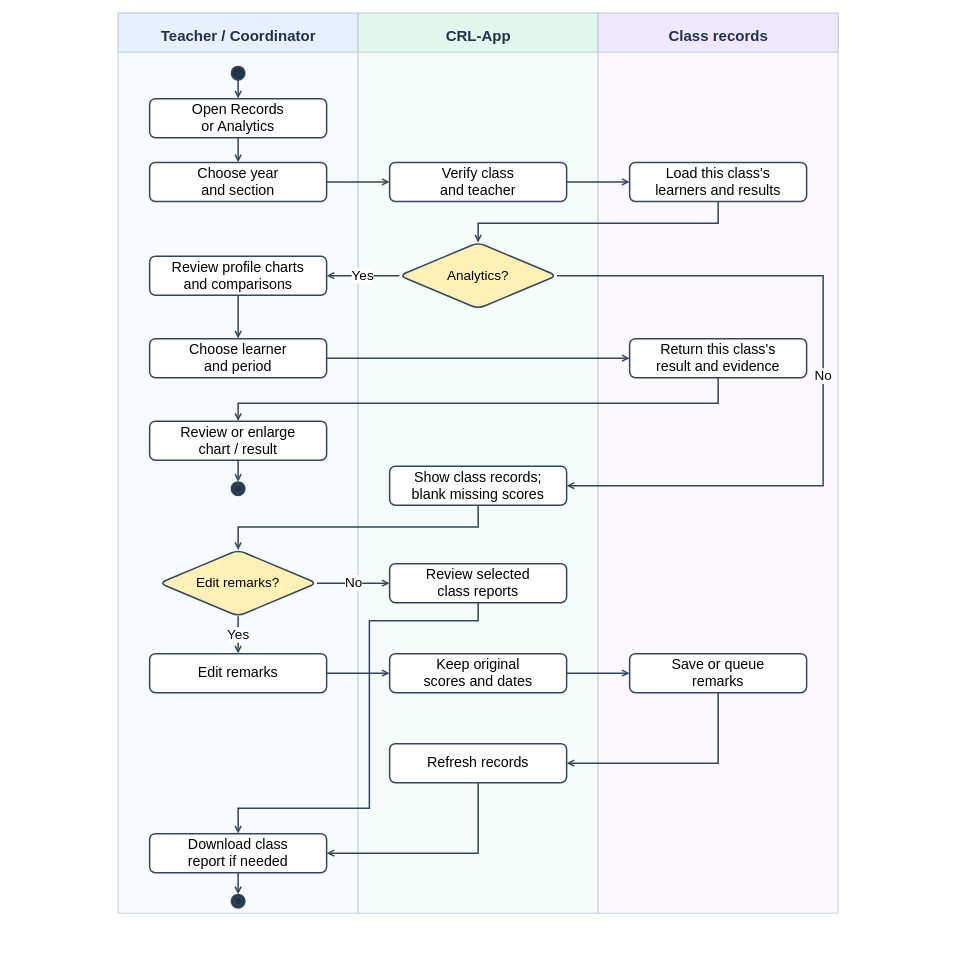
AkuSayangKamuJudaSayang/crl-app keeps this draw.io diagram as docs/diagrams/class-workspaces/figure-16-records-reports.drawio. Above is the earlier version. Source tidied: cells renumbered, new cells numbered last; positions are measured from the earlier drawing's top-left corner, leaving out a move shared by most shapes. Both pictures are drawn from the tidied source at 75%, with x=0, y=0 at pixel (13, 13).
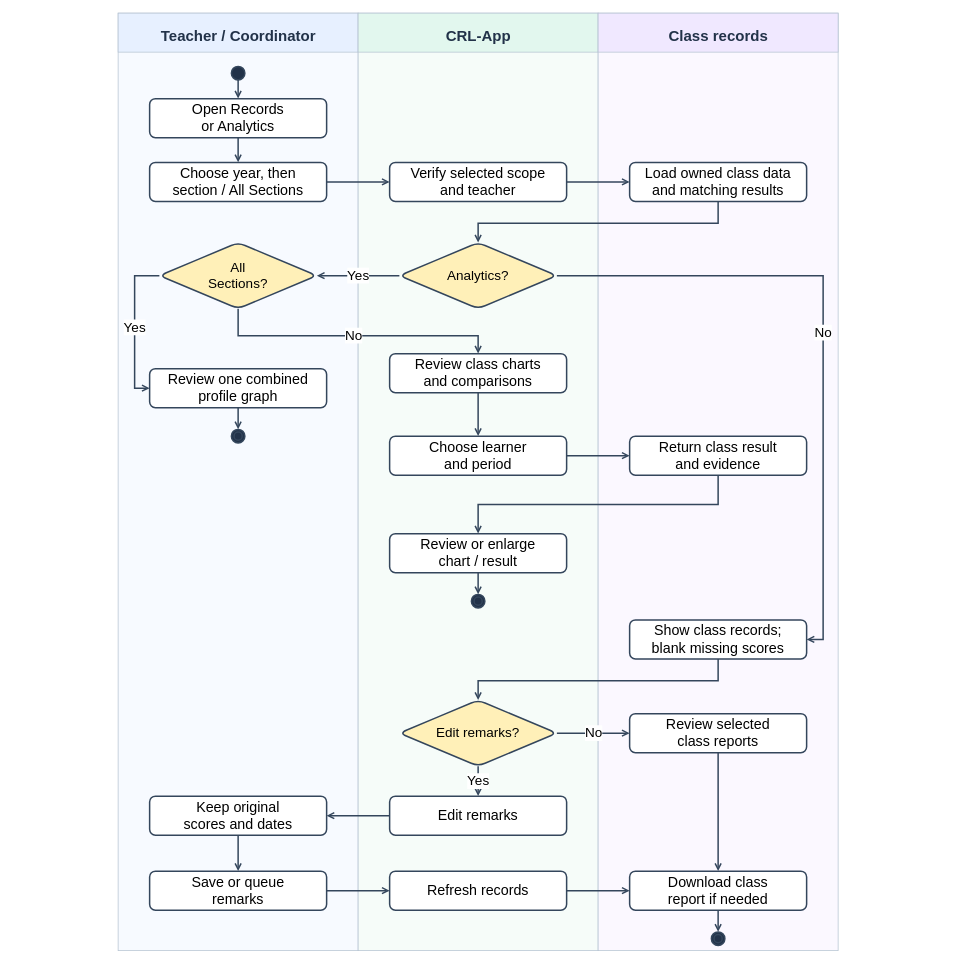
The same diagram, later.

Unchanged cells that the change refers to:
```xml
<mxCell id="16" value="Analytics?" style="rounded=1;whiteSpace=wrap;html=1;fillColor=#ffffff;strokeColor=#34465c;strokeWidth=2;fontSize=19;shape=rhombus;fillColor=#fff0b8;fontSize=18;" parent="1" vertex="1">
  <mxGeometry x="515" y="306" width="210" height="88" as="geometry" />
</mxCell>
```

Change to the diagram source:
```diff
@@
     <mxCell id="2" style="rounded=0;fillColor=#f7faff;strokeColor=#b6c4d2;" parent="1" vertex="1">
-      <mxGeometry x="140" width="320" height="1200" as="geometry" />
+      <mxGeometry x="140" width="320" height="1250" as="geometry" />
     </mxCell>
@@
     <mxCell id="5" style="rounded=0;fillColor=#f6fcf9;strokeColor=#b6c4d2;" parent="1" vertex="1">
-      <mxGeometry x="460" width="320" height="1200" as="geometry" />
+      <mxGeometry x="460" width="320" height="1250" as="geometry" />
     </mxCell>
@@
     <mxCell id="8" style="rounded=0;fillColor=#fbf8ff;strokeColor=#b6c4d2;" parent="1" vertex="1">
-      <mxGeometry x="780" width="320" height="1200" as="geometry" />
+      <mxGeometry x="780" width="320" height="1250" as="geometry" />
     </mxCell>
@@
-    <mxCell id="13" value="Choose year&lt;br&gt;and section" style="rounded=1;whiteSpace=wrap;html=1;fillColor=#ffffff;strokeColor=#34465c;strokeWidth=2;fontSize=19;" parent="1" vertex="1">
+    <mxCell id="13" value="Choose year, then&lt;br&gt;section / All Sections" style="rounded=1;whiteSpace=wrap;html=1;fillColor=#ffffff;strokeColor=#34465c;strokeWidth=2;fontSize=19;" parent="1" vertex="1">
       <mxGeometry x="182" y="199" width="236" height="52" as="geometry" />
     </mxCell>
-    <mxCell id="14" value="Verify class&lt;br&gt;and teacher" style="rounded=1;whiteSpace=wrap;html=1;fillColor=#ffffff;strokeColor=#34465c;strokeWidth=2;fontSize=19;" parent="1" vertex="1">
+    <mxCell id="14" value="Verify selected scope&lt;br&gt;and teacher" style="rounded=1;whiteSpace=wrap;html=1;fillColor=#ffffff;strokeColor=#34465c;strokeWidth=2;fontSize=19;" parent="1" vertex="1">
       <mxGeometry x="502" y="199" width="236" height="52" as="geometry" />
     </mxCell>
-    <mxCell id="15" value="Load this class&amp;#x27;s&lt;br&gt;learners and results" style="rounded=1;whiteSpace=wrap;html=1;fillColor=#ffffff;strokeColor=#34465c;strokeWidth=2;fontSize=19;" parent="1" vertex="1">
+    <mxCell id="15" value="Load owned class data&lt;br&gt;and matching results" style="rounded=1;whiteSpace=wrap;html=1;fillColor=#ffffff;strokeColor=#34465c;strokeWidth=2;fontSize=19;" parent="1" vertex="1">
       <mxGeometry x="822" y="199" width="236" height="52" as="geometry" />
     </mxCell>
@@
+    <mxCell id="51" value="All&lt;br&gt;Sections?" style="rounded=1;whiteSpace=wrap;html=1;fillColor=#ffffff;strokeColor=#34465c;strokeWidth=2;fontSize=19;shape=rhombus;fillColor=#fff0b8;fontSize=18;" parent="1" vertex="1">
+      <mxGeometry x="195" y="306" width="210" height="88" as="geometry" />
+    </mxCell>
+    <mxCell id="52" value="Review one combined&lt;br&gt;profile graph" style="rounded=1;whiteSpace=wrap;html=1;fillColor=#ffffff;strokeColor=#34465c;strokeWidth=2;fontSize=19;" parent="1" vertex="1">
+      <mxGeometry x="182" y="474" width="236" height="52" as="geometry" />
+    </mxCell>
+    <mxCell id="53" style="rounded=1;whiteSpace=wrap;html=1;fillColor=#ffffff;strokeColor=#34465c;strokeWidth=2;fontSize=19;shape=doubleEllipse;fillColor=#223249;" parent="1" vertex="1">
+      <mxGeometry x="291" y="555" width="18" height="18" as="geometry" />
+    </mxCell>
-    <mxCell id="17" value="Review profile charts&lt;br&gt;and comparisons" style="rounded=1;whiteSpace=wrap;html=1;fillColor=#ffffff;strokeColor=#34465c;strokeWidth=2;fontSize=19;" parent="1" vertex="1">
-      <mxGeometry x="182" y="324" width="236" height="52" as="geometry" />
+    <mxCell id="17" value="Review class charts&lt;br&gt;and comparisons" style="rounded=1;whiteSpace=wrap;html=1;fillColor=#ffffff;strokeColor=#34465c;strokeWidth=2;fontSize=19;" parent="1" vertex="1">
+      <mxGeometry x="502" y="454" width="236" height="52" as="geometry" />
     </mxCell>
     <mxCell id="18" value="Choose learner&lt;br&gt;and period" style="rounded=1;whiteSpace=wrap;html=1;fillColor=#ffffff;strokeColor=#34465c;strokeWidth=2;fontSize=19;" parent="1" vertex="1">
-      <mxGeometry x="182" y="434" width="236" height="52" as="geometry" />
+      <mxGeometry x="502" y="564" width="236" height="52" as="geometry" />
     </mxCell>
-    <mxCell id="19" value="Return this class&amp;#x27;s&lt;br&gt;result and evidence" style="rounded=1;whiteSpace=wrap;html=1;fillColor=#ffffff;strokeColor=#34465c;strokeWidth=2;fontSize=19;" parent="1" vertex="1">
-      <mxGeometry x="822" y="434" width="236" height="52" as="geometry" />
+    <mxCell id="19" value="Return class result&lt;br&gt;and evidence" style="rounded=1;whiteSpace=wrap;html=1;fillColor=#ffffff;strokeColor=#34465c;strokeWidth=2;fontSize=19;" parent="1" vertex="1">
+      <mxGeometry x="822" y="564" width="236" height="52" as="geometry" />
     </mxCell>
     <mxCell id="20" value="Review or enlarge&lt;br&gt;chart / result" style="rounded=1;whiteSpace=wrap;html=1;fillColor=#ffffff;strokeColor=#34465c;strokeWidth=2;fontSize=19;" parent="1" vertex="1">
-      <mxGeometry x="182" y="544" width="236" height="52" as="geometry" />
+      <mxGeometry x="502" y="694" width="236" height="52" as="geometry" />
     </mxCell>
     <mxCell id="21" style="rounded=1;whiteSpace=wrap;html=1;fillColor=#ffffff;strokeColor=#34465c;strokeWidth=2;fontSize=19;shape=doubleEllipse;fillColor=#223249;" parent="1" vertex="1">
-      <mxGeometry x="291" y="625" width="18" height="18" as="geometry" />
+      <mxGeometry x="611" y="775" width="18" height="18" as="geometry" />
     </mxCell>
     <mxCell id="22" value="Show class records;&lt;br&gt;blank missing scores" style="rounded=1;whiteSpace=wrap;html=1;fillColor=#ffffff;strokeColor=#34465c;strokeWidth=2;fontSize=19;" parent="1" vertex="1">
-      <mxGeometry x="502" y="604" width="236" height="52" as="geometry" />
+      <mxGeometry x="822" y="809" width="236" height="52" as="geometry" />
     </mxCell>
     <mxCell id="23" value="Edit remarks?" style="rounded=1;whiteSpace=wrap;html=1;fillColor=#ffffff;strokeColor=#34465c;strokeWidth=2;fontSize=19;shape=rhombus;fillColor=#fff0b8;fontSize=18;" parent="1" vertex="1">
-      <mxGeometry x="195" y="716" width="210" height="88" as="geometry" />
+      <mxGeometry x="515" y="916" width="210" height="88" as="geometry" />
     </mxCell>
     <mxCell id="24" value="Review selected&lt;br&gt;class reports" style="rounded=1;whiteSpace=wrap;html=1;fillColor=#ffffff;strokeColor=#34465c;strokeWidth=2;fontSize=19;" parent="1" vertex="1">
-      <mxGeometry x="502" y="734" width="236" height="52" as="geometry" />
+      <mxGeometry x="822" y="934" width="236" height="52" as="geometry" />
     </mxCell>
     <mxCell id="25" value="Edit remarks" style="rounded=1;whiteSpace=wrap;html=1;fillColor=#ffffff;strokeColor=#34465c;strokeWidth=2;fontSize=19;" parent="1" vertex="1">
-      <mxGeometry x="182" y="854" width="236" height="52" as="geometry" />
+      <mxGeometry x="502" y="1044" width="236" height="52" as="geometry" />
     </mxCell>
     <mxCell id="26" value="Keep original&lt;br&gt;scores and dates" style="rounded=1;whiteSpace=wrap;html=1;fillColor=#ffffff;strokeColor=#34465c;strokeWidth=2;fontSize=19;" parent="1" vertex="1">
-      <mxGeometry x="502" y="854" width="236" height="52" as="geometry" />
+      <mxGeometry x="182" y="1044" width="236" height="52" as="geometry" />
     </mxCell>
     <mxCell id="27" value="Save or queue&lt;br&gt;remarks" style="rounded=1;whiteSpace=wrap;html=1;fillColor=#ffffff;strokeColor=#34465c;strokeWidth=2;fontSize=19;" parent="1" vertex="1">
-      <mxGeometry x="822" y="854" width="236" height="52" as="geometry" />
+      <mxGeometry x="182" y="1144" width="236" height="52" as="geometry" />
     </mxCell>
     <mxCell id="28" value="Refresh records" style="rounded=1;whiteSpace=wrap;html=1;fillColor=#ffffff;strokeColor=#34465c;strokeWidth=2;fontSize=19;" parent="1" vertex="1">
-      <mxGeometry x="502" y="974" width="236" height="52" as="geometry" />
+      <mxGeometry x="502" y="1144" width="236" height="52" as="geometry" />
     </mxCell>
     <mxCell id="29" value="Download class&lt;br&gt;report if needed" style="rounded=1;whiteSpace=wrap;html=1;fillColor=#ffffff;strokeColor=#34465c;strokeWidth=2;fontSize=19;" parent="1" vertex="1">
-      <mxGeometry x="182" y="1094" width="236" height="52" as="geometry" />
+      <mxGeometry x="822" y="1144" width="236" height="52" as="geometry" />
     </mxCell>
     <mxCell id="30" style="rounded=1;whiteSpace=wrap;html=1;fillColor=#ffffff;strokeColor=#34465c;strokeWidth=2;fontSize=19;shape=doubleEllipse;fillColor=#223249;" parent="1" vertex="1">
-      <mxGeometry x="291" y="1175" width="18" height="18" as="geometry" />
+      <mxGeometry x="931" y="1225" width="18" height="18" as="geometry" />
     </mxCell>
@@
-    <mxCell id="36" value="Yes" style="edgeStyle=orthogonalEdgeStyle;rounded=0;html=1;endArrow=open;strokeColor=#34465c;strokeWidth=2;exitX=0;exitY=0.5;entryX=1;entryY=0.5;fontSize=18;labelBackgroundColor=#ffffff;" parent="1" edge="1" source="16" target="17">
+    <mxCell id="36" value="Yes" style="edgeStyle=orthogonalEdgeStyle;rounded=0;html=1;endArrow=open;strokeColor=#34465c;strokeWidth=2;exitX=0;exitY=0.5;entryX=1;entryY=0.5;fontSize=18;labelBackgroundColor=#ffffff;" parent="1" edge="1" source="16" target="51">
       <mxGeometry relative="1" as="geometry" />
     </mxCell>
-    <mxCell id="37" style="edgeStyle=orthogonalEdgeStyle;rounded=0;html=1;endArrow=open;strokeColor=#34465c;strokeWidth=2;exitX=0.5;exitY=1;entryX=0.5;entryY=0;fontSize=18;labelBackgroundColor=#ffffff;" parent="1" edge="1" source="17" target="18">
-      <mxGeometry relative="1" as="geometry" />
+    <mxCell id="37" value="Yes" style="edgeStyle=orthogonalEdgeStyle;rounded=0;html=1;endArrow=open;strokeColor=#34465c;strokeWidth=2;exitX=0;exitY=0.5;entryX=0;entryY=0.5;fontSize=18;labelBackgroundColor=#ffffff;" parent="1" edge="1" source="51" target="52">
+      <mxGeometry relative="1" as="geometry">
+        <Array as="points">
+          <mxPoint x="162" y="350" />
+          <mxPoint x="162" y="500" />
+        </Array>
+      </mxGeometry>
     </mxCell>
-    <mxCell id="38" style="edgeStyle=orthogonalEdgeStyle;rounded=0;html=1;endArrow=open;strokeColor=#34465c;strokeWidth=2;exitX=1;exitY=0.5;entryX=0;entryY=0.5;fontSize=18;labelBackgroundColor=#ffffff;" parent="1" edge="1" source="18" target="19">
+    <mxCell id="38" style="edgeStyle=orthogonalEdgeStyle;rounded=0;html=1;endArrow=open;strokeColor=#34465c;strokeWidth=2;exitX=0.5;exitY=1;entryX=0.5;entryY=0;fontSize=18;labelBackgroundColor=#ffffff;" parent="1" edge="1" source="52" target="53">
       <mxGeometry relative="1" as="geometry" />
     </mxCell>
-    <mxCell id="39" style="edgeStyle=orthogonalEdgeStyle;rounded=0;html=1;endArrow=open;strokeColor=#34465c;strokeWidth=2;exitX=0.5;exitY=1;entryX=0.5;entryY=0;fontSize=18;labelBackgroundColor=#ffffff;" parent="1" edge="1" source="19" target="20">
+    <mxCell id="39" value="No" style="edgeStyle=orthogonalEdgeStyle;rounded=0;html=1;endArrow=open;strokeColor=#34465c;strokeWidth=2;exitX=0.5;exitY=1;entryX=0.5;entryY=0;fontSize=18;labelBackgroundColor=#ffffff;" parent="1" edge="1" source="51" target="17">
       <mxGeometry relative="1" as="geometry">
         <Array as="points">
-          <mxPoint x="940" y="520" />
-          <mxPoint x="300" y="520" />
+          <mxPoint x="300" y="430" />
+          <mxPoint x="620" y="430" />
         </Array>
       </mxGeometry>
     </mxCell>
-    <mxCell id="40" style="edgeStyle=orthogonalEdgeStyle;rounded=0;html=1;endArrow=open;strokeColor=#34465c;strokeWidth=2;exitX=0.5;exitY=1;entryX=0.5;entryY=0;fontSize=18;labelBackgroundColor=#ffffff;" parent="1" edge="1" source="20" target="21">
+    <mxCell id="40" style="edgeStyle=orthogonalEdgeStyle;rounded=0;html=1;endArrow=open;strokeColor=#34465c;strokeWidth=2;exitX=0.5;exitY=1;entryX=0.5;entryY=0;fontSize=18;labelBackgroundColor=#ffffff;" parent="1" edge="1" source="17" target="18">
       <mxGeometry relative="1" as="geometry" />
     </mxCell>
-    <mxCell id="41" value="No" style="edgeStyle=orthogonalEdgeStyle;rounded=0;html=1;endArrow=open;strokeColor=#34465c;strokeWidth=2;exitX=1;exitY=0.5;entryX=1;entryY=0.5;fontSize=18;labelBackgroundColor=#ffffff;" parent="1" edge="1" source="16" target="22">
-      <mxGeometry relative="1" as="geometry">
-        <Array as="points">
-          <mxPoint x="1080" y="350" />
-          <mxPoint x="1080" y="630" />
-        </Array>
-      </mxGeometry>
+    <mxCell id="41" style="edgeStyle=orthogonalEdgeStyle;rounded=0;html=1;endArrow=open;strokeColor=#34465c;strokeWidth=2;exitX=1;exitY=0.5;entryX=0;entryY=0.5;fontSize=18;labelBackgroundColor=#ffffff;" parent="1" edge="1" source="18" target="19">
+      <mxGeometry relative="1" as="geometry" />
     </mxCell>
-    <mxCell id="42" style="edgeStyle=orthogonalEdgeStyle;rounded=0;html=1;endArrow=open;strokeColor=#34465c;strokeWidth=2;exitX=0.5;exitY=1;entryX=0.5;entryY=0;fontSize=18;labelBackgroundColor=#ffffff;" parent="1" edge="1" source="22" target="23">
+    <mxCell id="42" style="edgeStyle=orthogonalEdgeStyle;rounded=0;html=1;endArrow=open;strokeColor=#34465c;strokeWidth=2;exitX=0.5;exitY=1;entryX=0.5;entryY=0;fontSize=18;labelBackgroundColor=#ffffff;" parent="1" edge="1" source="19" target="20">
       <mxGeometry relative="1" as="geometry">
         <Array as="points">
-          <mxPoint x="620" y="685" />
-          <mxPoint x="300" y="685" />
+          <mxPoint x="940" y="655" />
+          <mxPoint x="620" y="655" />
         </Array>
       </mxGeometry>
     </mxCell>
-    <mxCell id="43" value="No" style="edgeStyle=orthogonalEdgeStyle;rounded=0;html=1;endArrow=open;strokeColor=#34465c;strokeWidth=2;exitX=1;exitY=0.5;entryX=0;entryY=0.5;fontSize=18;labelBackgroundColor=#ffffff;" parent="1" edge="1" source="23" target="24">
+    <mxCell id="43" style="edgeStyle=orthogonalEdgeStyle;rounded=0;html=1;endArrow=open;strokeColor=#34465c;strokeWidth=2;exitX=0.5;exitY=1;entryX=0.5;entryY=0;fontSize=18;labelBackgroundColor=#ffffff;" parent="1" edge="1" source="20" target="21">
       <mxGeometry relative="1" as="geometry" />
     </mxCell>
-    <mxCell id="44" value="Yes" style="edgeStyle=orthogonalEdgeStyle;rounded=0;html=1;endArrow=open;strokeColor=#34465c;strokeWidth=2;exitX=0.5;exitY=1;entryX=0.5;entryY=0;fontSize=18;labelBackgroundColor=#ffffff;" parent="1" edge="1" source="23" target="25">
-      <mxGeometry relative="1" as="geometry" />
+    <mxCell id="44" value="No" style="edgeStyle=orthogonalEdgeStyle;rounded=0;html=1;endArrow=open;strokeColor=#34465c;strokeWidth=2;exitX=1;exitY=0.5;entryX=1;entryY=0.5;fontSize=18;labelBackgroundColor=#ffffff;" parent="1" edge="1" source="16" target="22">
+      <mxGeometry relative="1" as="geometry">
+        <Array as="points">
+          <mxPoint x="1080" y="350" />
+          <mxPoint x="1080" y="835" />
+        </Array>
+      </mxGeometry>
     </mxCell>
-    <mxCell id="45" style="edgeStyle=orthogonalEdgeStyle;rounded=0;html=1;endArrow=open;strokeColor=#34465c;strokeWidth=2;exitX=0.5;exitY=1;entryX=0.5;entryY=0;fontSize=18;labelBackgroundColor=#ffffff;" parent="1" edge="1" source="24" target="29">
+    <mxCell id="45" style="edgeStyle=orthogonalEdgeStyle;rounded=0;html=1;endArrow=open;strokeColor=#34465c;strokeWidth=2;exitX=0.5;exitY=1;entryX=0.5;entryY=0;fontSize=18;labelBackgroundColor=#ffffff;" parent="1" edge="1" source="22" target="23">
       <mxGeometry relative="1" as="geometry">
         <Array as="points">
-          <mxPoint x="620" y="810" />
-          <mxPoint x="475" y="810" />
-          <mxPoint x="475" y="1060" />
-          <mxPoint x="300" y="1060" />
+          <mxPoint x="940" y="890" />
+          <mxPoint x="620" y="890" />
         </Array>
       </mxGeometry>
     </mxCell>
-    <mxCell id="46" style="edgeStyle=orthogonalEdgeStyle;rounded=0;html=1;endArrow=open;strokeColor=#34465c;strokeWidth=2;exitX=1;exitY=0.5;entryX=0;entryY=0.5;fontSize=18;labelBackgroundColor=#ffffff;" parent="1" edge="1" source="25" target="26">
+    <mxCell id="46" value="No" style="edgeStyle=orthogonalEdgeStyle;rounded=0;html=1;endArrow=open;strokeColor=#34465c;strokeWidth=2;exitX=1;exitY=0.5;entryX=0;entryY=0.5;fontSize=18;labelBackgroundColor=#ffffff;" parent="1" edge="1" source="23" target="24">
       <mxGeometry relative="1" as="geometry" />
     </mxCell>
-    <mxCell id="47" style="edgeStyle=orthogonalEdgeStyle;rounded=0;html=1;endArrow=open;strokeColor=#34465c;strokeWidth=2;exitX=1;exitY=0.5;entryX=0;entryY=0.5;fontSize=18;labelBackgroundColor=#ffffff;" parent="1" edge="1" source="26" target="27">
+    <mxCell id="47" value="Yes" style="edgeStyle=orthogonalEdgeStyle;rounded=0;html=1;endArrow=open;strokeColor=#34465c;strokeWidth=2;exitX=0.5;exitY=1;entryX=0.5;entryY=0;fontSize=18;labelBackgroundColor=#ffffff;" parent="1" edge="1" source="23" target="25">
       <mxGeometry relative="1" as="geometry" />
     </mxCell>
-    <mxCell id="48" style="edgeStyle=orthogonalEdgeStyle;rounded=0;html=1;endArrow=open;strokeColor=#34465c;strokeWidth=2;exitX=0.5;exitY=1;entryX=1;entryY=0.5;fontSize=18;labelBackgroundColor=#ffffff;" parent="1" edge="1" source="27" target="28">
-      <mxGeometry relative="1" as="geometry">
-        <Array as="points">
-          <mxPoint x="940" y="1000" />
-        </Array>
-      </mxGeometry>
+    <mxCell id="48" style="edgeStyle=orthogonalEdgeStyle;rounded=0;html=1;endArrow=open;strokeColor=#34465c;strokeWidth=2;exitX=0.5;exitY=1;entryX=0.5;entryY=0;fontSize=18;labelBackgroundColor=#ffffff;" parent="1" edge="1" source="24" target="29">
+      <mxGeometry relative="1" as="geometry" />
     </mxCell>
-    <mxCell id="49" style="edgeStyle=orthogonalEdgeStyle;rounded=0;html=1;endArrow=open;strokeColor=#34465c;strokeWidth=2;exitX=0.5;exitY=1;entryX=1;entryY=0.5;fontSize=18;labelBackgroundColor=#ffffff;" parent="1" edge="1" source="28" target="29">
-      <mxGeometry relative="1" as="geometry">
-        <Array as="points">
-          <mxPoint x="620" y="1120" />
-        </Array>
-      </mxGeometry>
+    <mxCell id="49" style="edgeStyle=orthogonalEdgeStyle;rounded=0;html=1;endArrow=open;strokeColor=#34465c;strokeWidth=2;exitX=0;exitY=0.5;entryX=1;entryY=0.5;fontSize=18;labelBackgroundColor=#ffffff;" parent="1" edge="1" source="25" target="26">
+      <mxGeometry relative="1" as="geometry" />
     </mxCell>
-    <mxCell id="50" style="edgeStyle=orthogonalEdgeStyle;rounded=0;html=1;endArrow=open;strokeColor=#34465c;strokeWidth=2;exitX=0.5;exitY=1;entryX=0.5;entryY=0;fontSize=18;labelBackgroundColor=#ffffff;" parent="1" edge="1" source="29" target="30">
+    <mxCell id="50" style="edgeStyle=orthogonalEdgeStyle;rounded=0;html=1;endArrow=open;strokeColor=#34465c;strokeWidth=2;exitX=0.5;exitY=1;entryX=0.5;entryY=0;fontSize=18;labelBackgroundColor=#ffffff;" parent="1" edge="1" source="26" target="27">
       <mxGeometry relative="1" as="geometry" />
     </mxCell>
+    <mxCell id="54" style="edgeStyle=orthogonalEdgeStyle;rounded=0;html=1;endArrow=open;strokeColor=#34465c;strokeWidth=2;exitX=1;exitY=0.5;entryX=0;entryY=0.5;fontSize=18;labelBackgroundColor=#ffffff;" parent="1" edge="1" source="27" target="28">
+      <mxGeometry relative="1" as="geometry" />
+    </mxCell>
+    <mxCell id="55" style="edgeStyle=orthogonalEdgeStyle;rounded=0;html=1;endArrow=open;strokeColor=#34465c;strokeWidth=2;exitX=1;exitY=0.5;entryX=0;entryY=0.5;fontSize=18;labelBackgroundColor=#ffffff;" parent="1" edge="1" source="28" target="29">
+      <mxGeometry relative="1" as="geometry" />
+    </mxCell>
+    <mxCell id="56" style="edgeStyle=orthogonalEdgeStyle;rounded=0;html=1;endArrow=open;strokeColor=#34465c;strokeWidth=2;exitX=0.5;exitY=1;entryX=0.5;entryY=0;fontSize=18;labelBackgroundColor=#ffffff;" parent="1" edge="1" source="29" target="30">
+      <mxGeometry relative="1" as="geometry" />
+    </mxCell>
```
